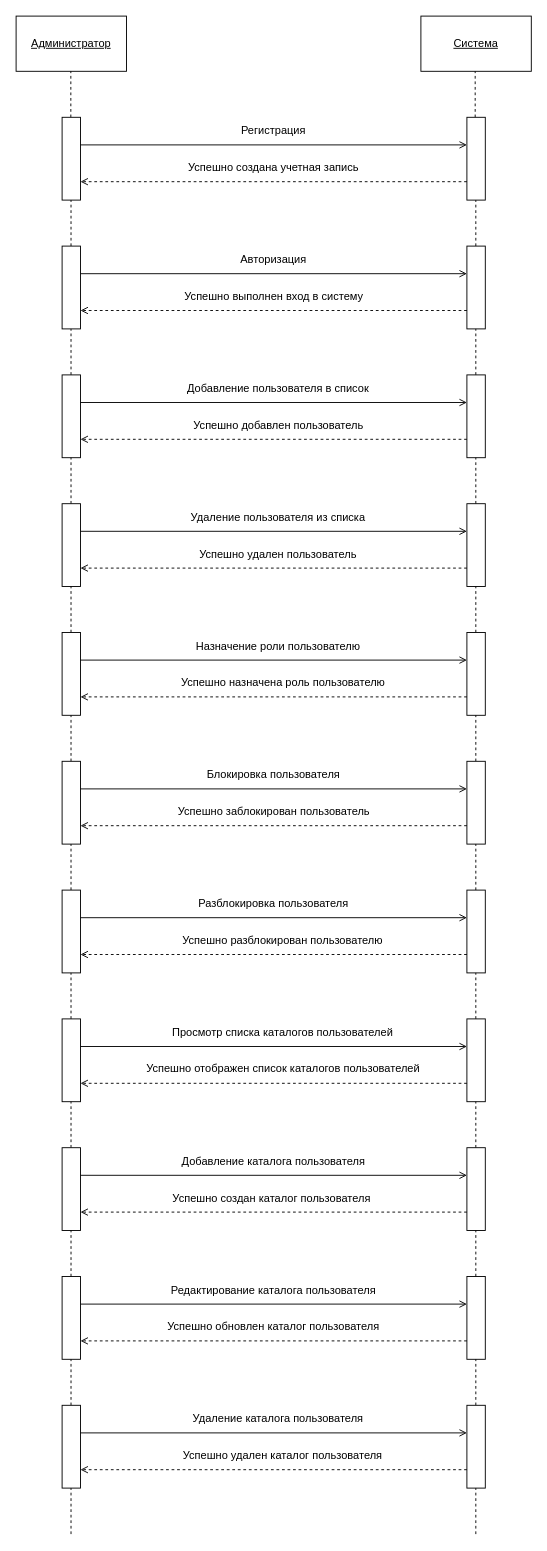
Above: page "Страница-2" (2 of 2) of documentation/Диаграмма последовательности.drawio in 3backslashxhtmlqq/ucheb_practice2 (draw.io), before the change. Source tidied: cells renumbered, new cells numbered last; positions are measured from the earlier drawing's top-left corner, leaving out a move shared by most shapes. Both pictures are drawn from the tidied source at 92%, with x=0, y=0 at pixel (16, 16).
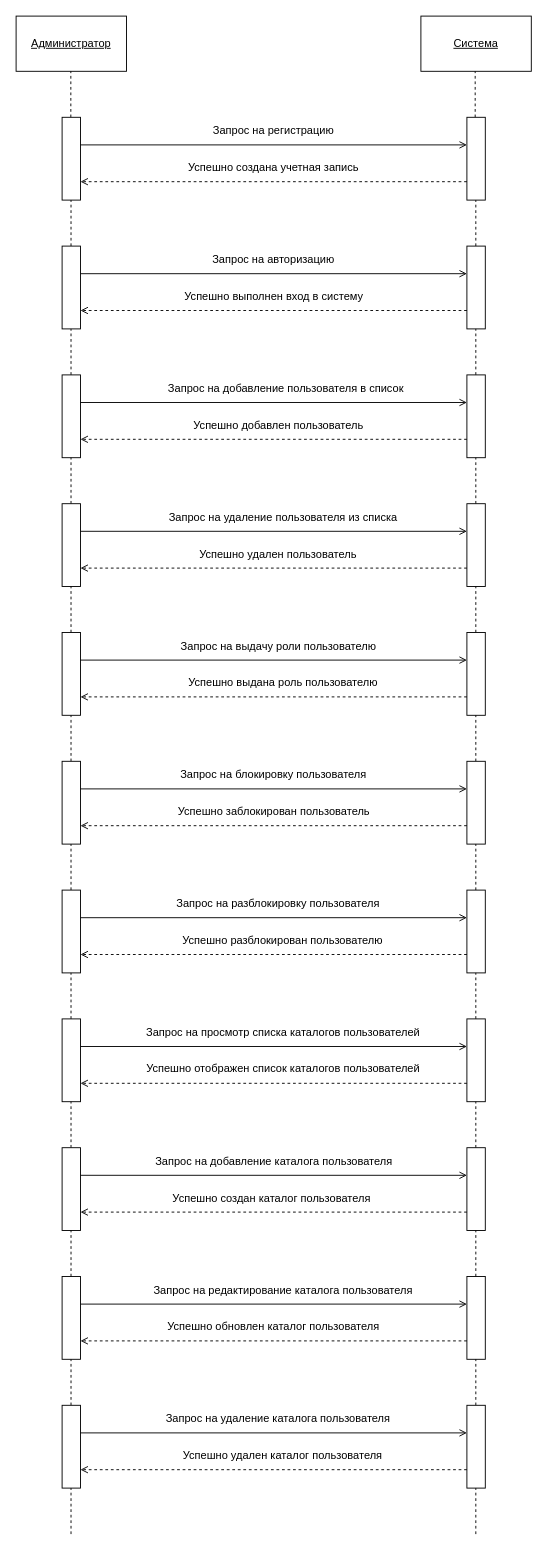
The same diagram, later.

Diff of the diagram source:
```diff
@@
-    <mxCell id="12" value="Регистрация" style="text;html=1;whiteSpace=wrap;strokeColor=none;fillColor=none;align=center;verticalAlign=middle;rounded=0;" parent="1" vertex="1">
-      <mxGeometry x="250" y="110" width="60" height="30" as="geometry" />
+    <mxCell id="12" value="Запрос на регистрацию" style="text;html=1;whiteSpace=wrap;strokeColor=none;fillColor=none;align=center;verticalAlign=middle;rounded=0;" parent="1" vertex="1">
+      <mxGeometry x="205" y="110" width="150" height="30" as="geometry" />
     </mxCell>
@@
-    <mxCell id="20" value="Авторизация" style="text;html=1;whiteSpace=wrap;strokeColor=none;fillColor=none;align=center;verticalAlign=middle;rounded=0;" parent="1" vertex="1">
-      <mxGeometry x="250" y="250" width="60" height="30" as="geometry" />
+    <mxCell id="20" value="Запрос на авторизацию" style="text;html=1;whiteSpace=wrap;strokeColor=none;fillColor=none;align=center;verticalAlign=middle;rounded=0;" parent="1" vertex="1">
+      <mxGeometry x="210" y="250" width="140" height="30" as="geometry" />
     </mxCell>
@@
-    <mxCell id="28" value="Добавление пользователя в список" style="text;html=1;whiteSpace=wrap;strokeColor=none;fillColor=none;align=center;verticalAlign=middle;rounded=0;" parent="1" vertex="1">
-      <mxGeometry x="185" y="390" width="200" height="30" as="geometry" />
+    <mxCell id="28" value="Запрос на добавление пользователя в список" style="text;html=1;whiteSpace=wrap;strokeColor=none;fillColor=none;align=center;verticalAlign=middle;rounded=0;" parent="1" vertex="1">
+      <mxGeometry x="161" y="390" width="265" height="30" as="geometry" />
     </mxCell>
@@
-    <mxCell id="36" value="Удаление пользователя из списка" style="text;html=1;whiteSpace=wrap;strokeColor=none;fillColor=none;align=center;verticalAlign=middle;rounded=0;" parent="1" vertex="1">
-      <mxGeometry x="185" y="530" width="200" height="30" as="geometry" />
+    <mxCell id="36" value="Запрос на удаление пользователя из списка" style="text;html=1;whiteSpace=wrap;strokeColor=none;fillColor=none;align=center;verticalAlign=middle;rounded=0;" parent="1" vertex="1">
+      <mxGeometry x="157.5" y="530" width="265" height="30" as="geometry" />
     </mxCell>
@@
-    <mxCell id="44" value="Назначение роли пользователю" style="text;html=1;whiteSpace=wrap;strokeColor=none;fillColor=none;align=center;verticalAlign=middle;rounded=0;" parent="1" vertex="1">
-      <mxGeometry x="185" y="670" width="200" height="30" as="geometry" />
+    <mxCell id="44" value="Запрос на выдачу роли пользователю" style="text;html=1;whiteSpace=wrap;strokeColor=none;fillColor=none;align=center;verticalAlign=middle;rounded=0;" parent="1" vertex="1">
+      <mxGeometry x="167.5" y="670" width="235" height="30" as="geometry" />
     </mxCell>
-    <mxCell id="45" value="Успешно назначена роль пользователю" style="text;html=1;whiteSpace=wrap;strokeColor=none;fillColor=none;align=center;verticalAlign=middle;rounded=0;" parent="1" vertex="1">
+    <mxCell id="45" value="Успешно выдана роль пользователю" style="text;html=1;whiteSpace=wrap;strokeColor=none;fillColor=none;align=center;verticalAlign=middle;rounded=0;" parent="1" vertex="1">
       <mxGeometry x="177.5" y="710" width="225" height="30" as="geometry" />
     </mxCell>
@@
-    <mxCell id="52" value="Блокировка пользователя" style="text;html=1;whiteSpace=wrap;strokeColor=none;fillColor=none;align=center;verticalAlign=middle;rounded=0;" parent="1" vertex="1">
-      <mxGeometry x="180" y="810" width="200" height="30" as="geometry" />
+    <mxCell id="52" value="Запрос на блокировку пользователя" style="text;html=1;whiteSpace=wrap;strokeColor=none;fillColor=none;align=center;verticalAlign=middle;rounded=0;" parent="1" vertex="1">
+      <mxGeometry x="165" y="810" width="230" height="30" as="geometry" />
     </mxCell>
@@
-    <mxCell id="60" value="Разблокировка пользователя" style="text;html=1;whiteSpace=wrap;strokeColor=none;fillColor=none;align=center;verticalAlign=middle;rounded=0;" parent="1" vertex="1">
-      <mxGeometry x="180" y="950" width="200" height="30" as="geometry" />
+    <mxCell id="60" value="Запрос на разблокировку пользователя" style="text;html=1;whiteSpace=wrap;strokeColor=none;fillColor=none;align=center;verticalAlign=middle;rounded=0;" parent="1" vertex="1">
+      <mxGeometry x="165" y="950" width="240" height="30" as="geometry" />
     </mxCell>
@@
-    <mxCell id="68" value="Просмотр списка каталогов пользователей" style="text;html=1;whiteSpace=wrap;strokeColor=none;fillColor=none;align=center;verticalAlign=middle;rounded=0;" parent="1" vertex="1">
-      <mxGeometry x="165" y="1090" width="250" height="30" as="geometry" />
+    <mxCell id="68" value="Запрос на просмотр списка каталогов пользователей" style="text;html=1;whiteSpace=wrap;strokeColor=none;fillColor=none;align=center;verticalAlign=middle;rounded=0;" parent="1" vertex="1">
+      <mxGeometry x="137.5" y="1090" width="305" height="30" as="geometry" />
     </mxCell>
@@
-    <mxCell id="76" value="Добавление каталога пользователя" style="text;html=1;whiteSpace=wrap;strokeColor=none;fillColor=none;align=center;verticalAlign=middle;rounded=0;" parent="1" vertex="1">
-      <mxGeometry x="155" y="1230" width="250" height="30" as="geometry" />
+    <mxCell id="76" value="Запрос на добавление каталога пользователя" style="text;html=1;whiteSpace=wrap;strokeColor=none;fillColor=none;align=center;verticalAlign=middle;rounded=0;" parent="1" vertex="1">
+      <mxGeometry x="147.5" y="1230" width="265" height="30" as="geometry" />
     </mxCell>
@@
-    <mxCell id="84" value="Редактирование каталога пользователя" style="text;html=1;whiteSpace=wrap;strokeColor=none;fillColor=none;align=center;verticalAlign=middle;rounded=0;" parent="1" vertex="1">
-      <mxGeometry x="155" y="1370" width="250" height="30" as="geometry" />
+    <mxCell id="84" value="Запрос на редактирование каталога пользователя" style="text;html=1;whiteSpace=wrap;strokeColor=none;fillColor=none;align=center;verticalAlign=middle;rounded=0;" parent="1" vertex="1">
+      <mxGeometry x="147.5" y="1370" width="285" height="30" as="geometry" />
     </mxCell>
@@
-    <mxCell id="92" value="Удаление каталога пользователя" style="text;html=1;whiteSpace=wrap;strokeColor=none;fillColor=none;align=center;verticalAlign=middle;rounded=0;" parent="1" vertex="1">
+    <mxCell id="92" value="Запрос на удаление каталога пользователя" style="text;html=1;whiteSpace=wrap;strokeColor=none;fillColor=none;align=center;verticalAlign=middle;rounded=0;" parent="1" vertex="1">
       <mxGeometry x="160" y="1510" width="250" height="30" as="geometry" />
     </mxCell>
```
